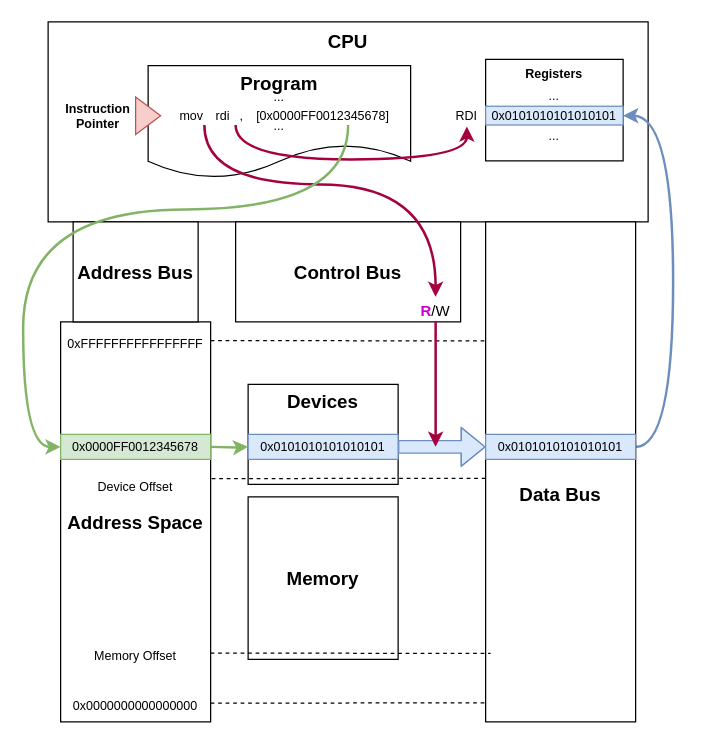
This is page "MMIO" (1 of 2) of mmio_and_pmio.drawio from vmuxIO/diagrams, a draw.io file, before an edit. Source tidied: cells renumbered, new cells numbered last; positions are measured from the earlier drawing's top-left corner, leaving out a move shared by most shapes. Both pictures are drawn from the tidied source at 125%, with x=0, y=0 at pixel (22, 21).
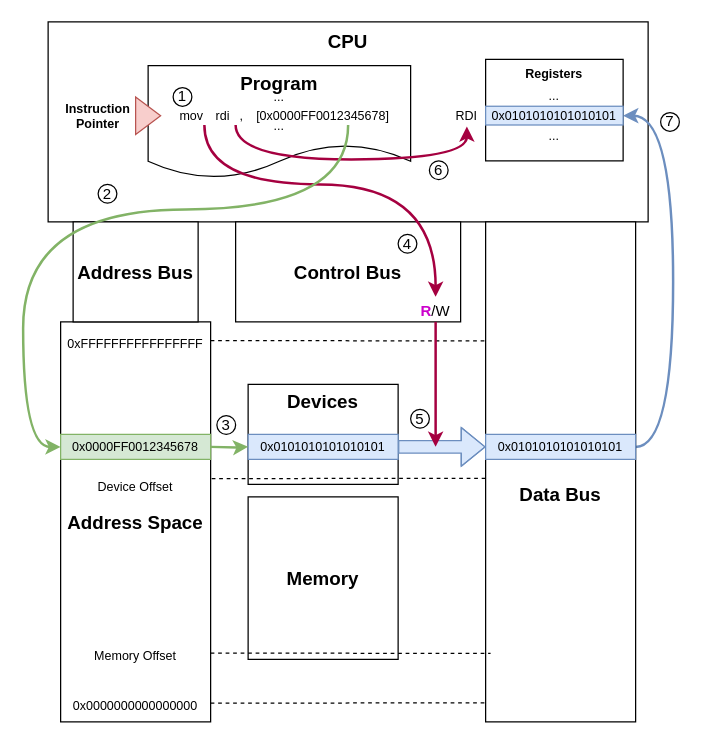
Above is the later version.

Commit message:
Enumerate arrows in MMIO page of mmio_and_pmio.drawio

Change to the diagram source:
```diff
@@
+    <mxCell id="43" value="1" style="ellipse;whiteSpace=wrap;html=1;" parent="1" vertex="1">
+      <mxGeometry x="120" y="52.5" width="15" height="15" as="geometry" />
+    </mxCell>
+    <mxCell id="44" value="2" style="ellipse;whiteSpace=wrap;html=1;" parent="1" vertex="1">
+      <mxGeometry x="60" y="130" width="15" height="15" as="geometry" />
+    </mxCell>
+    <mxCell id="45" value="3" style="ellipse;whiteSpace=wrap;html=1;" parent="1" vertex="1">
+      <mxGeometry x="155" y="315" width="15" height="15" as="geometry" />
+    </mxCell>
+    <mxCell id="46" value="4" style="ellipse;whiteSpace=wrap;html=1;" parent="1" vertex="1">
+      <mxGeometry x="300" y="170" width="15" height="15" as="geometry" />
+    </mxCell>
+    <mxCell id="47" value="5" style="ellipse;whiteSpace=wrap;html=1;" parent="1" vertex="1">
+      <mxGeometry x="310" y="310" width="15" height="15" as="geometry" />
+    </mxCell>
+    <mxCell id="48" value="6" style="ellipse;whiteSpace=wrap;html=1;" parent="1" vertex="1">
+      <mxGeometry x="325" y="111.2" width="15" height="15" as="geometry" />
+    </mxCell>
+    <mxCell id="49" value="7" style="ellipse;whiteSpace=wrap;html=1;" parent="1" vertex="1">
+      <mxGeometry x="510" y="72.5" width="15" height="15" as="geometry" />
+    </mxCell>
```
